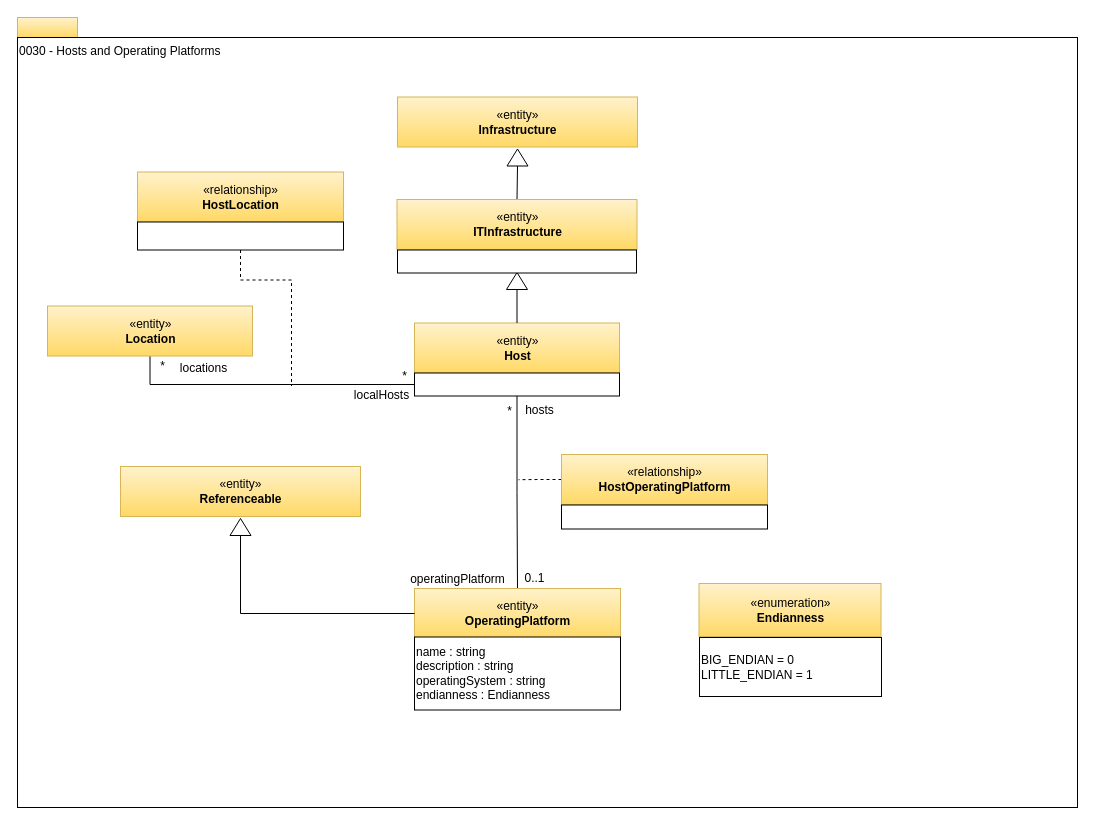
Above: page "0030-Hosts-and-Platforms" (10 of 20) of open-metadata-publication/website/open-metadata-types/area-0-basic-types-and-infrastructure.drawio in odpi/egeria (draw.io), before the change. Source tidied: cells renumbered, new cells numbered last; positions are measured from the earlier drawing's top-left corner, leaving out a move shared by most shapes. Both pictures are drawn from the tidied source at 100%, with x=0, y=0 at pixel (17, 17).
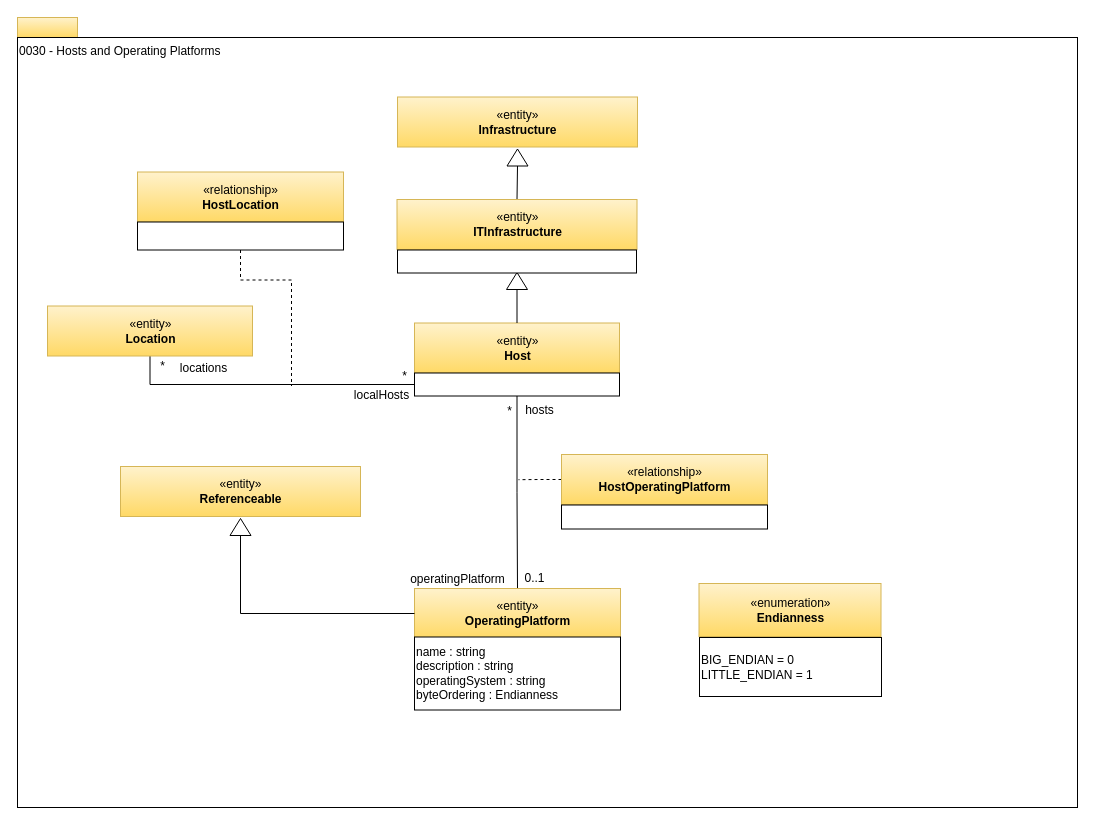
The same page after the edit.

Change to the diagram source:
```diff
@@
-    <mxCell id="25" value="name : string&lt;br&gt;description : string&lt;br&gt;operatingSystem : string&lt;br&gt;endianness : Endianness&lt;br&gt;" style="rounded=0;whiteSpace=wrap;html=1;strokeColor=#000000;gradientColor=#ffffff;align=left;" parent="1" vertex="1">
+    <mxCell id="25" value="name : string&lt;br&gt;description : string&lt;br&gt;operatingSystem : string&lt;br&gt;byteOrdering : Endianness" style="rounded=0;whiteSpace=wrap;html=1;strokeColor=#000000;gradientColor=#ffffff;align=left;" parent="1" vertex="1">
       <mxGeometry x="397" y="619.5" width="206" height="73" as="geometry" />
     </mxCell>
```
